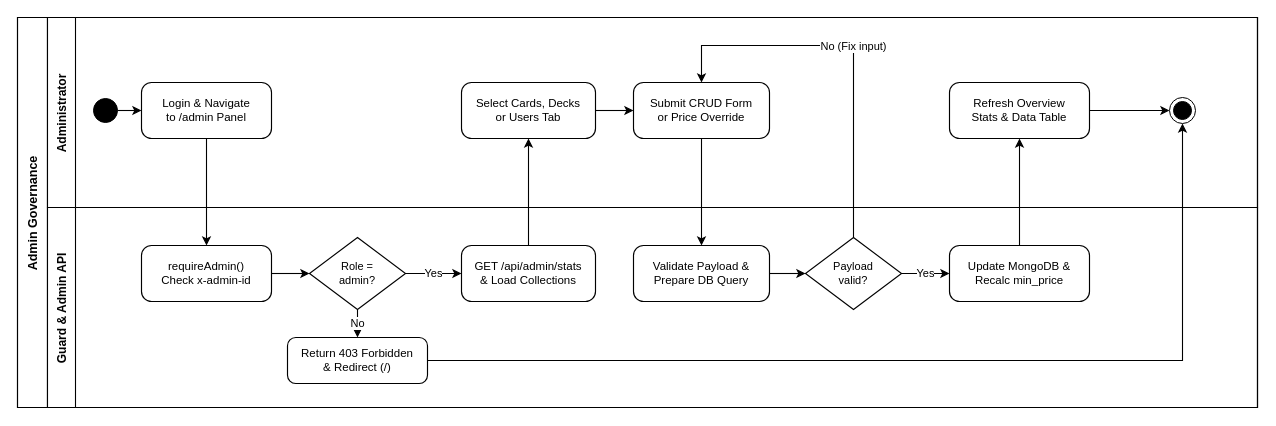
Earlier version of the draw.io diagram page "1.2.6 Admin Governance Workflow" (6 of 6) of Tai lieu/Draw.io/SRS_1_2_Business_Workflows.drawio (minhthanh1806/PROJECT_SDN). Source tidied: cells renumbered, new cells numbered last; positions are measured from the earlier drawing's top-left corner, leaving out a move shared by most shapes. Both pictures are drawn from the tidied source at 100%, with x=0, y=0 at pixel (17, 17).
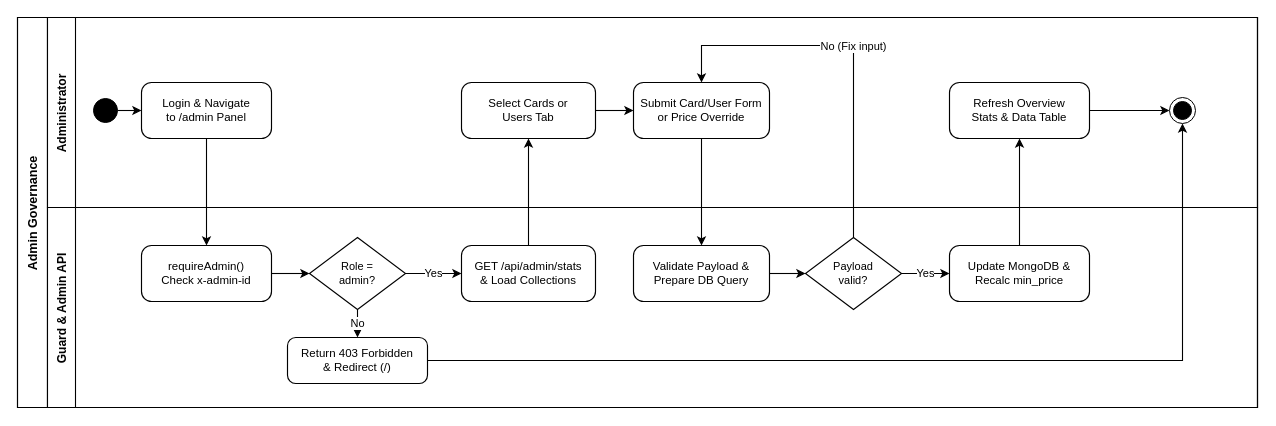
After the change.

The change refers to these unchanged cells:
```xml
<mxCell id="3" value="Administrator" style="swimlane;startSize=28;horizontal=0;fillColor=#ffffff;strokeColor=#000000;fontColor=#000000;fontSize=12;fontStyle=1;strokeWidth=1.1;" parent="2" vertex="1">
  <mxGeometry x="30" width="1210" height="190" as="geometry" />
</mxCell>
```

Diff of the diagram source:
```diff
@@
-    <mxCell id="11" value="Select Cards, Decks&lt;br&gt;or Users Tab" style="rounded=1;arcSize=18;whiteSpace=wrap;html=1;fillColor=#ffffff;strokeColor=#000000;fontColor=#000000;fontSize=11.5;strokeWidth=1.15;" parent="3" vertex="1">
+    <mxCell id="11" value="Select Cards or&lt;br&gt;Users Tab" style="rounded=1;arcSize=18;whiteSpace=wrap;html=1;fillColor=#ffffff;strokeColor=#000000;fontColor=#000000;fontSize=11.5;strokeWidth=1.15;" parent="3" vertex="1">
       <mxGeometry x="414" y="65" width="134" height="56" as="geometry" />
     </mxCell>
-    <mxCell id="12" value="Submit CRUD Form&lt;br&gt;or Price Override" style="rounded=1;arcSize=18;whiteSpace=wrap;html=1;fillColor=#ffffff;strokeColor=#000000;fontColor=#000000;fontSize=11.5;strokeWidth=1.15;" parent="3" vertex="1">
+    <mxCell id="12" value="Submit Card/User Form&lt;br&gt;or Price Override" style="rounded=1;arcSize=18;whiteSpace=wrap;html=1;fillColor=#ffffff;strokeColor=#000000;fontColor=#000000;fontSize=11.5;strokeWidth=1.15;" parent="3" vertex="1">
       <mxGeometry x="586" y="65" width="136" height="56" as="geometry" />
     </mxCell>
```
